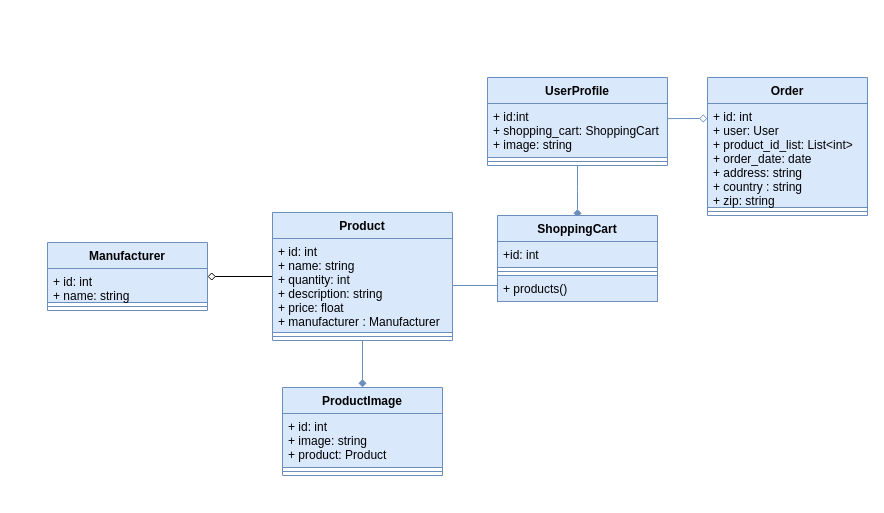
Before: documentation/diagrams/class_diagram.drawio in RunarVestmann/verklegtnamskeid2, a draw.io diagram. Source tidied: cells renumbered, new cells numbered last; positions are measured from the earlier drawing's top-left corner, leaving out a move shared by most shapes. Both pictures are drawn from the tidied source at 100%, with x=0, y=0 at pixel (47, 77).
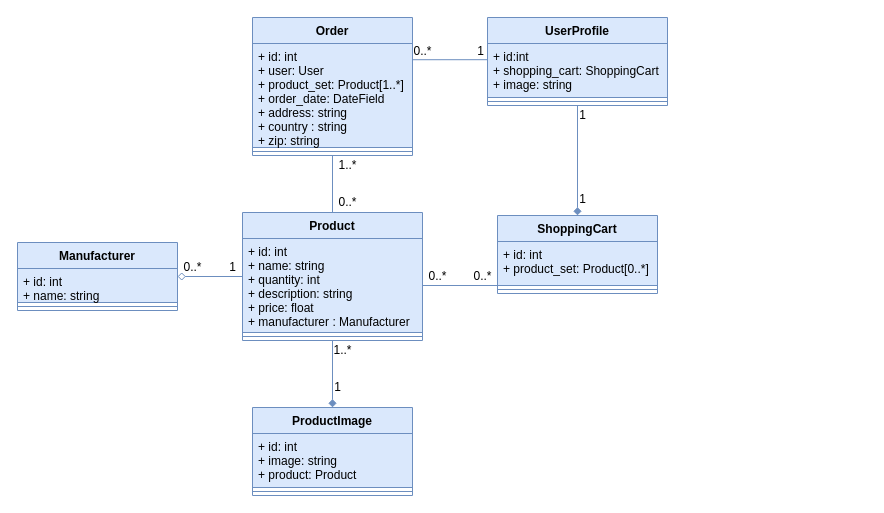
After the change.

Commit message:
Yet another class diagram update

The change refers to these unchanged cells:
```xml
<mxCell id="8" value="+ id:int&#10;+ shopping_cart: ShoppingCart&#10;+ image: string&#10;&#10;" style="text;strokeColor=#6c8ebf;fillColor=#dae8fc;align=left;verticalAlign=top;spacingLeft=4;spacingRight=4;overflow=hidden;points=[[0,0.5],[1,0.5]];portConstraint=eastwest;" parent="7" vertex="1">
  <mxGeometry y="26" width="180" height="54" as="geometry" />
</mxCell>
```

Diff of the diagram source:
```diff
@@
-    <mxCell id="2" style="edgeStyle=orthogonalEdgeStyle;rounded=0;jettySize=auto;html=1;exitX=0.5;exitY=1;exitDx=0;exitDy=0;entryX=0.5;entryY=0;entryDx=0;entryDy=0;endArrow=diamond;endFill=1;fillColor=#dae8fc;strokeColor=#6c8ebf;" parent="1" edge="1" source="7">
-      <mxGeometry relative="1" as="geometry">
-        <mxPoint x="530" y="140" as="targetPoint" />
-      </mxGeometry>
+    <mxCell id="2" style="edgeStyle=orthogonalEdgeStyle;rounded=0;jettySize=auto;html=1;exitX=0.5;exitY=1;exitDx=0;exitDy=0;entryX=0.5;entryY=0;entryDx=0;entryDy=0;endArrow=diamond;endFill=1;fillColor=#dae8fc;strokeColor=#6c8ebf;" parent="1" edge="1" source="7" target="22">
+      <mxGeometry relative="1" as="geometry" />
     </mxCell>
@@
-    <mxCell id="4" style="edgeStyle=orthogonalEdgeStyle;rounded=0;jettySize=auto;html=1;exitX=1;exitY=0.28;exitDx=0;exitDy=0;entryX=0;entryY=0.144;entryDx=0;entryDy=0;entryPerimeter=0;endArrow=diamond;endFill=0;exitPerimeter=0;fillColor=#dae8fc;strokeColor=#6c8ebf;" parent="1" edge="1" source="8" target="11">
-      <mxGeometry relative="1" as="geometry">
-        <Array as="points">
-          <mxPoint x="610" y="41" />
-        </Array>
-      </mxGeometry>
-    </mxCell>
@@
-    <mxCell id="6" style="edgeStyle=orthogonalEdgeStyle;rounded=0;jettySize=auto;html=1;exitX=0;exitY=0.5;exitDx=0;exitDy=0;entryX=1;entryY=0.5;entryDx=0;entryDy=0;startArrow=none;startFill=0;endArrow=diamond;endFill=0;" parent="1" edge="1" source="19" target="16">
+    <mxCell id="6" style="edgeStyle=orthogonalEdgeStyle;rounded=0;jettySize=auto;html=1;exitX=0;exitY=0.5;exitDx=0;exitDy=0;entryX=1;entryY=0.5;entryDx=0;entryDy=0;startArrow=none;startFill=0;endArrow=diamond;endFill=0;fillColor=#dae8fc;strokeColor=#6c8ebf;" parent="1" edge="1" source="19" target="16">
       <mxGeometry relative="1" as="geometry" />
     </mxCell>
+    <mxCell id="22" value="ShoppingCart" style="swimlane;fontStyle=1;align=center;verticalAlign=top;horizontal=1;startSize=26;fillColor=#dae8fc;strokeColor=#6c8ebf;" parent="1" vertex="1">
+      <mxGeometry x="450" y="138" width="160" height="78" as="geometry" />
+    </mxCell>
+    <mxCell id="23" value="+ id: int&#10;+ product_set: Product[0..*]" style="text;strokeColor=#6c8ebf;fillColor=#dae8fc;align=left;verticalAlign=top;spacingLeft=4;spacingRight=4;overflow=hidden;" parent="22" vertex="1">
+      <mxGeometry y="26" width="160" height="44" as="geometry" />
+    </mxCell>
+    <mxCell id="24" style="line;strokeWidth=1;fillColor=#dae8fc;align=left;verticalAlign=middle;spacingTop=-1;spacingLeft=3;spacingRight=3;labelPosition=right;strokeColor=#6c8ebf;" parent="22" vertex="1">
+      <mxGeometry y="70" width="160" height="8" as="geometry" />
+    </mxCell>
+    <mxCell id="25" style="text;strokeColor=#6c8ebf;fillColor=#dae8fc;align=left;verticalAlign=top;spacingLeft=4;spacingRight=4;overflow=hidden;" parent="22" vertex="1">
+      <mxGeometry y="78" width="160" as="geometry" />
+    </mxCell>
+    <mxCell id="26" value="&lt;font style=&quot;font-size: 12px&quot;&gt;1&lt;/font&gt;" style="text;html=1;align=center;verticalAlign=middle;" parent="1" vertex="1">
+      <mxGeometry x="525" y="28" width="20" height="20" as="geometry" />
+    </mxCell>
+    <mxCell id="27" value="&lt;font style=&quot;font-size: 12px&quot;&gt;1&lt;/font&gt;" style="text;html=1;align=center;verticalAlign=middle;" parent="1" vertex="1">
+      <mxGeometry x="525" y="112" width="20" height="20" as="geometry" />
+    </mxCell>
+    <mxCell id="28" value="&lt;font style=&quot;font-size: 12px&quot;&gt;1&lt;/font&gt;" style="text;html=1;align=center;verticalAlign=middle;" parent="1" vertex="1">
+      <mxGeometry x="423" y="-36" width="20" height="20" as="geometry" />
+    </mxCell>
+    <mxCell id="29" value="0..*" style="text;html=1;align=center;verticalAlign=middle;" parent="1" vertex="1">
+      <mxGeometry x="360" y="-36" width="30" height="20" as="geometry" />
+    </mxCell>
+    <mxCell id="30" value="1" style="text;html=1;align=center;verticalAlign=middle;" parent="1" vertex="1">
+      <mxGeometry x="175" y="180" width="20" height="20" as="geometry" />
+    </mxCell>
+    <mxCell id="31" value="0..*" style="text;html=1;align=center;verticalAlign=middle;" parent="1" vertex="1">
+      <mxGeometry x="130" y="180" width="30" height="20" as="geometry" />
+    </mxCell>
+    <mxCell id="32" value="1..*" style="text;html=1;align=center;verticalAlign=middle;" parent="1" vertex="1">
+      <mxGeometry x="280" y="263" width="30" height="20" as="geometry" />
+    </mxCell>
+    <mxCell id="33" value="1" style="text;html=1;align=center;verticalAlign=middle;" parent="1" vertex="1">
+      <mxGeometry x="280" y="300" width="20" height="20" as="geometry" />
+    </mxCell>
+    <mxCell id="34" style="edgeStyle=orthogonalEdgeStyle;rounded=0;jettySize=auto;html=1;exitX=0;exitY=0.5;exitDx=0;exitDy=0;entryX=1.001;entryY=0.156;entryDx=0;entryDy=0;entryPerimeter=0;endArrow=none;endFill=0;fillColor=#dae8fc;strokeColor=#6c8ebf;" parent="1" edge="1" source="7" target="11">
+      <mxGeometry relative="1" as="geometry">
+        <Array as="points">
+          <mxPoint x="440" y="-18" />
+        </Array>
+      </mxGeometry>
+    </mxCell>
     <mxCell id="7" value="UserProfile" style="swimlane;fontStyle=1;align=center;verticalAlign=top;horizontal=1;startSize=26;fillColor=#dae8fc;strokeColor=#6c8ebf;" parent="1" vertex="1">
-      <mxGeometry x="440" width="180" height="88" as="geometry" />
+      <mxGeometry x="440" y="-60" width="180" height="88" as="geometry" />
     </mxCell>
@@
+    <mxCell id="35" style="edgeStyle=orthogonalEdgeStyle;rounded=0;jettySize=auto;html=1;exitX=0.5;exitY=1;exitDx=0;exitDy=0;entryX=0.5;entryY=0;entryDx=0;entryDy=0;endArrow=none;endFill=0;fillColor=#dae8fc;strokeColor=#6c8ebf;" parent="1" edge="1" source="10" target="19">
+      <mxGeometry relative="1" as="geometry" />
+    </mxCell>
     <mxCell id="10" value="Order" style="swimlane;fontStyle=1;align=center;verticalAlign=top;horizontal=1;startSize=26;fillColor=#dae8fc;strokeColor=#6c8ebf;" parent="1" vertex="1">
-      <mxGeometry x="660" width="160" height="138" as="geometry" />
+      <mxGeometry x="205" y="-60" width="160" height="138" as="geometry" />
     </mxCell>
-    <mxCell id="11" value="+ id: int&#10;+ user: User&#10;+ product_id_list: List&lt;int&gt;&#10;+ order_date: date&#10;+ address: string&#10;+ country : string&#10;+ zip: string" style="text;strokeColor=#6c8ebf;fillColor=#dae8fc;align=left;verticalAlign=top;spacingLeft=4;spacingRight=4;overflow=hidden;points=[[0,0.5],[1,0.5]];portConstraint=eastwest;" parent="10" vertex="1">
+    <mxCell id="11" value="+ id: int&#10;+ user: User&#10;+ product_set: Product[1..*]&#10;+ order_date: DateField&#10;+ address: string&#10;+ country : string&#10;+ zip: string" style="text;strokeColor=#6c8ebf;fillColor=#dae8fc;align=left;verticalAlign=top;spacingLeft=4;spacingRight=4;overflow=hidden;points=[[0,0.5],[1,0.5]];portConstraint=eastwest;" parent="10" vertex="1">
       <mxGeometry y="26" width="160" height="104" as="geometry" />
     </mxCell>
@@
-    <mxCell id="13" value="ProductImage" style="swimlane;fontStyle=1;align=center;verticalAlign=top;horizontal=1;startSize=26;fillColor=#dae8fc;strokeColor=#6c8ebf;" parent="1" vertex="1">
-      <mxGeometry x="235" y="310" width="160" height="88" as="geometry" />
-    </mxCell>
-    <mxCell id="14" value="+ id: int&#10;+ image: string&#10;+ product: Product&#10;" style="text;strokeColor=#6c8ebf;fillColor=#dae8fc;align=left;verticalAlign=top;spacingLeft=4;spacingRight=4;overflow=hidden;" parent="13" vertex="1">
-      <mxGeometry y="26" width="160" height="54" as="geometry" />
-    </mxCell>
-    <mxCell id="15" style="line;strokeWidth=1;fillColor=#dae8fc;align=left;verticalAlign=middle;spacingTop=-1;spacingLeft=3;spacingRight=3;labelPosition=right;strokeColor=#6c8ebf;" parent="13" vertex="1">
-      <mxGeometry y="80" width="160" height="8" as="geometry" />
-    </mxCell>
     <mxCell id="16" value="Manufacturer" style="swimlane;fontStyle=1;align=center;verticalAlign=top;horizontal=1;startSize=26;fillColor=#dae8fc;strokeColor=#6c8ebf;" parent="1" vertex="1">
-      <mxGeometry y="165" width="160" height="68" as="geometry" />
+      <mxGeometry x="-30" y="165" width="160" height="68" as="geometry" />
     </mxCell>
@@
     <mxCell id="19" value="Product" style="swimlane;fontStyle=1;align=center;verticalAlign=top;horizontal=1;startSize=26;fillColor=#dae8fc;strokeColor=#6c8ebf;" parent="1" vertex="1">
-      <mxGeometry x="225" y="135" width="180" height="128" as="geometry" />
+      <mxGeometry x="195" y="135" width="180" height="128" as="geometry" />
     </mxCell>
@@
-    <mxCell id="22" value="ShoppingCart" style="swimlane;fontStyle=1;align=center;verticalAlign=top;horizontal=1;startSize=26;fillColor=#dae8fc;strokeColor=#6c8ebf;" parent="1" vertex="1">
-      <mxGeometry x="450" y="138" width="160" height="86" as="geometry" />
-    </mxCell>
-    <mxCell id="23" value="+id: int" style="text;strokeColor=#6c8ebf;fillColor=#dae8fc;align=left;verticalAlign=top;spacingLeft=4;spacingRight=4;overflow=hidden;" parent="22" vertex="1">
-      <mxGeometry y="26" width="160" height="26" as="geometry" />
-    </mxCell>
-    <mxCell id="24" style="line;strokeWidth=1;fillColor=#dae8fc;align=left;verticalAlign=middle;spacingTop=-1;spacingLeft=3;spacingRight=3;labelPosition=right;strokeColor=#6c8ebf;" parent="22" vertex="1">
-      <mxGeometry y="52" width="160" height="8" as="geometry" />
-    </mxCell>
-    <mxCell id="25" value="+ products()" style="text;strokeColor=#6c8ebf;fillColor=#dae8fc;align=left;verticalAlign=top;spacingLeft=4;spacingRight=4;overflow=hidden;" parent="22" vertex="1">
-      <mxGeometry y="60" width="160" height="26" as="geometry" />
-    </mxCell>
+    <mxCell id="13" value="ProductImage" style="swimlane;fontStyle=1;align=center;verticalAlign=top;horizontal=1;startSize=26;fillColor=#dae8fc;strokeColor=#6c8ebf;" parent="1" vertex="1">
+      <mxGeometry x="205" y="330" width="160" height="88" as="geometry" />
+    </mxCell>
+    <mxCell id="14" value="+ id: int&#10;+ image: string&#10;+ product: Product&#10;" style="text;strokeColor=#6c8ebf;fillColor=#dae8fc;align=left;verticalAlign=top;spacingLeft=4;spacingRight=4;overflow=hidden;" parent="13" vertex="1">
+      <mxGeometry y="26" width="160" height="54" as="geometry" />
+    </mxCell>
+    <mxCell id="15" style="line;strokeWidth=1;fillColor=#dae8fc;align=left;verticalAlign=middle;spacingTop=-1;spacingLeft=3;spacingRight=3;labelPosition=right;strokeColor=#6c8ebf;" parent="13" vertex="1">
+      <mxGeometry y="80" width="160" height="8" as="geometry" />
+    </mxCell>
+    <mxCell id="36" value="0..*" style="text;html=1;align=center;verticalAlign=middle;" parent="1" vertex="1">
+      <mxGeometry x="285" y="115" width="30" height="20" as="geometry" />
+    </mxCell>
+    <mxCell id="37" value="1..*" style="text;html=1;align=center;verticalAlign=middle;" parent="1" vertex="1">
+      <mxGeometry x="285" y="78" width="30" height="20" as="geometry" />
+    </mxCell>
+    <mxCell id="38" value="0..*" style="text;html=1;align=center;verticalAlign=middle;" parent="1" vertex="1">
+      <mxGeometry x="375" y="189" width="30" height="20" as="geometry" />
+    </mxCell>
+    <mxCell id="39" value="0..*" style="text;html=1;align=center;verticalAlign=middle;" parent="1" vertex="1">
+      <mxGeometry x="420" y="189" width="30" height="20" as="geometry" />
+    </mxCell>
```
